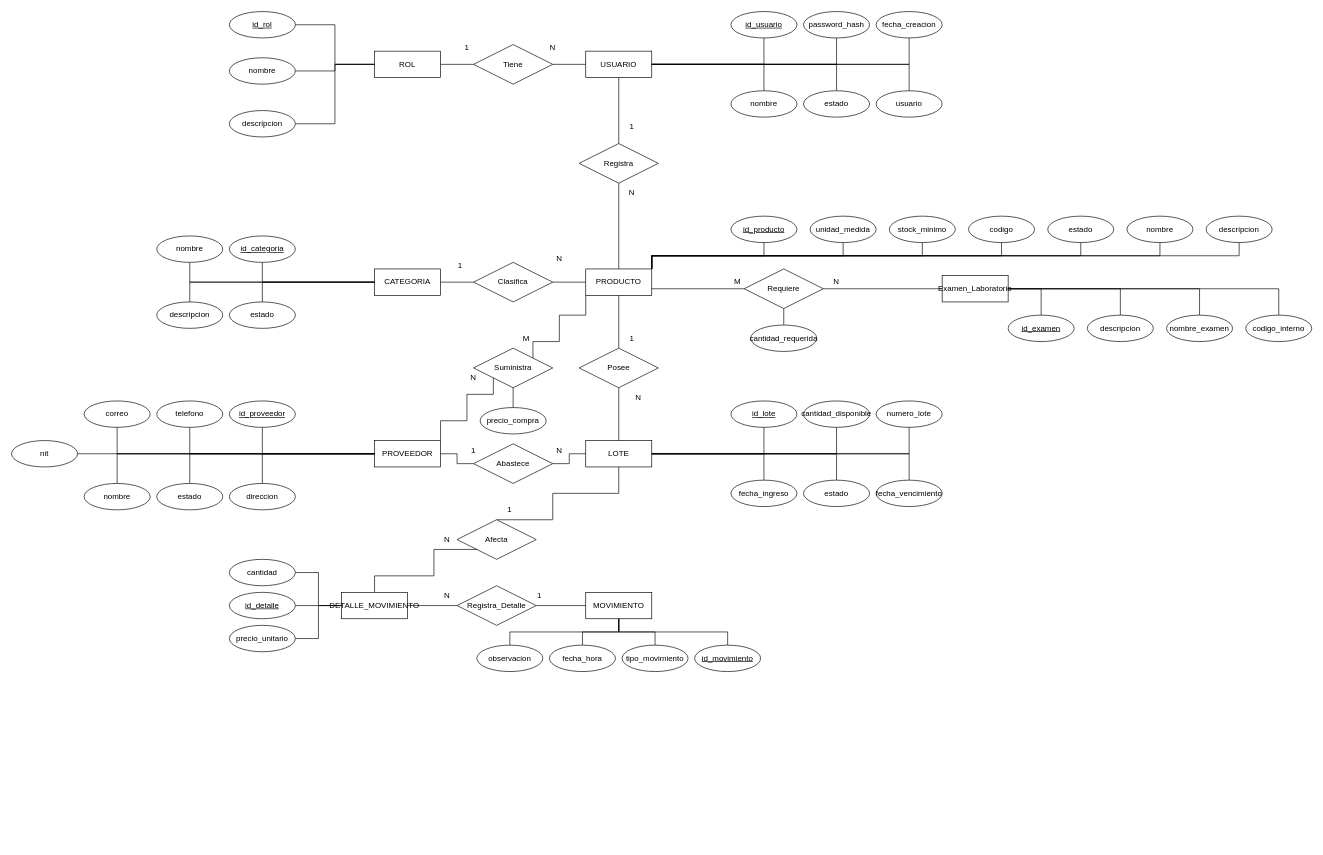
Criss-paz/sistema-inventario-laboratorio keeps this draw.io diagram as docs/diagramas/DIAGRAMA-ER-LAB.drawio. Above is the earlier version. Source tidied: cells renumbered, new cells numbered last; positions are measured from the earlier drawing's top-left corner, leaving out a move shared by most shapes. Both pictures are drawn from the tidied source at 66%, with x=0, y=0 at pixel (11, 11).
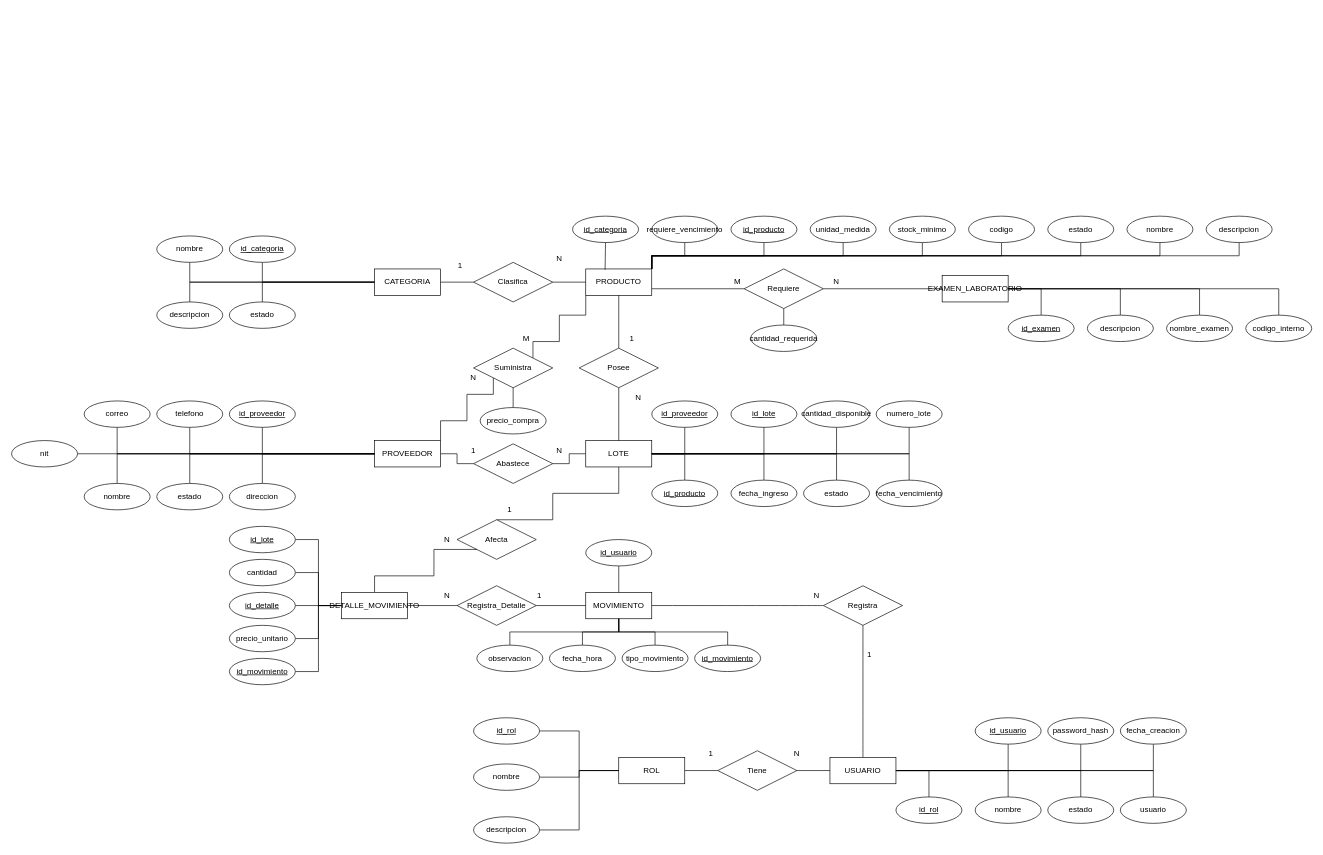
The same page after the edit.

Commit message (it also covers changes not shown here):
fix(docs): corrige el diagrama ER y lo re-exporta a PNG y PDF

La relacion Registra conectaba USUARIO con PRODUCTO, pero la FK real del
DDL es movimiento.id_usuario: ahora es USUARIO (1) - Registra - (N)
MOVIMIENTO. Se agrego el atributo requiere_vencimiento a PRODUCTO, se
completaron las 7 FK del DDL como atributos de forma consistente, se
renombro Examen_Laboratorio a EXAMEN_LABORATORIO y se elimino una arista
sin anclar en id_categoria. PNG y PDF regenerados desde el .drawio.

The change refers to these unchanged cells:
```xml
<mxCell id="7" value="PRODUCTO" style="whiteSpace=wrap;html=1;align=center;" parent="1" vertex="1">
  <mxGeometry x="870" y="390" width="100" height="40" as="geometry" />
</mxCell>
<mxCell id="12" value="LOTE" style="whiteSpace=wrap;html=1;align=center;" parent="1" vertex="1">
  <mxGeometry x="870" y="650" width="100" height="40" as="geometry" />
</mxCell>
<mxCell id="13" value="MOVIMIENTO" style="whiteSpace=wrap;html=1;align=center;" parent="1" vertex="1">
  <mxGeometry x="870" y="880" width="100" height="40" as="geometry" />
</mxCell>
<mxCell id="138" value="DETALLE_MOVIMIENTO" style="whiteSpace=wrap;html=1;align=center;" parent="1" vertex="1">
  <mxGeometry x="500" y="880" width="100" height="40" as="geometry" />
</mxCell>
```

Change to the diagram source:
```diff
@@
     <mxCell id="3" value="ROL" style="whiteSpace=wrap;html=1;align=center;" parent="1" vertex="1">
-      <mxGeometry x="550" y="60" width="100" height="40" as="geometry" />
+      <mxGeometry x="920" y="1130" width="100" height="40" as="geometry" />
     </mxCell>
+    <mxCell id="148" style="edgeStyle=none;curved=1;rounded=0;jettySize=auto;html=1;exitX=0.5;exitY=0;exitDx=0;exitDy=0;entryX=0.5;entryY=1;entryDx=0;entryDy=0;fontSize=12;startSize=8;endSize=8;endArrow=none;endFill=0;" parent="1" edge="1" source="4" target="107">
+      <mxGeometry relative="1" as="geometry" />
+    </mxCell>
     <mxCell id="4" value="USUARIO" style="whiteSpace=wrap;html=1;align=center;" parent="1" vertex="1">
-      <mxGeometry x="870" y="60" width="100" height="40" as="geometry" />
+      <mxGeometry x="1240" y="1130" width="100" height="40" as="geometry" />
     </mxCell>
@@
-    <mxCell id="14" value="Examen_Laboratorio" style="whiteSpace=wrap;html=1;align=center;" parent="1" vertex="1">
+    <mxCell id="14" value="EXAMEN_LABORATORIO" style="whiteSpace=wrap;html=1;align=center;" parent="1" vertex="1">
       <mxGeometry x="1410" y="400" width="100" height="40" as="geometry" />
     </mxCell>
@@
     <mxCell id="16" value="id_rol" style="ellipse;whiteSpace=wrap;html=1;align=center;fontStyle=4;" parent="1" vertex="1">
-      <mxGeometry x="330" width="100" height="40" as="geometry" />
+      <mxGeometry x="700" y="1070" width="100" height="40" as="geometry" />
     </mxCell>
@@
     <mxCell id="18" value="nombre" style="ellipse;whiteSpace=wrap;html=1;align=center;" parent="1" vertex="1">
-      <mxGeometry x="330" y="70" width="100" height="40" as="geometry" />
+      <mxGeometry x="700" y="1140" width="100" height="40" as="geometry" />
     </mxCell>
@@
     <mxCell id="20" value="descripcion" style="ellipse;whiteSpace=wrap;html=1;align=center;" parent="1" vertex="1">
-      <mxGeometry x="330" y="150" width="100" height="40" as="geometry" />
+      <mxGeometry x="700" y="1220" width="100" height="40" as="geometry" />
     </mxCell>
@@
     <mxCell id="22" value="id_usuario" style="ellipse;whiteSpace=wrap;html=1;align=center;fontStyle=4;" parent="1" vertex="1">
-      <mxGeometry x="1090" width="100" height="40" as="geometry" />
+      <mxGeometry x="1460" y="1070" width="100" height="40" as="geometry" />
     </mxCell>
@@
     <mxCell id="24" value="nombre" style="ellipse;whiteSpace=wrap;html=1;align=center;" parent="1" vertex="1">
-      <mxGeometry x="1090" y="120" width="100" height="40" as="geometry" />
+      <mxGeometry x="1460" y="1190" width="100" height="40" as="geometry" />
     </mxCell>
@@
     <mxCell id="26" value="usuario" style="ellipse;whiteSpace=wrap;html=1;align=center;" parent="1" vertex="1">
-      <mxGeometry x="1310" y="120" width="100" height="40" as="geometry" />
+      <mxGeometry x="1680" y="1190" width="100" height="40" as="geometry" />
     </mxCell>
@@
     <mxCell id="28" value="password_hash" style="ellipse;whiteSpace=wrap;html=1;align=center;" parent="1" vertex="1">
-      <mxGeometry x="1200" width="100" height="40" as="geometry" />
+      <mxGeometry x="1570" y="1070" width="100" height="40" as="geometry" />
     </mxCell>
@@
     <mxCell id="30" value="estado" style="ellipse;whiteSpace=wrap;html=1;align=center;" parent="1" vertex="1">
-      <mxGeometry x="1200" y="120" width="100" height="40" as="geometry" />
+      <mxGeometry x="1570" y="1190" width="100" height="40" as="geometry" />
     </mxCell>
@@
     <mxCell id="32" value="fecha_creacion" style="ellipse;whiteSpace=wrap;html=1;align=center;" parent="1" vertex="1">
-      <mxGeometry x="1310" width="100" height="40" as="geometry" />
+      <mxGeometry x="1680" y="1070" width="100" height="40" as="geometry" />
     </mxCell>
@@
     <mxCell id="98" value="Tiene" style="shape=rhombus;perimeter=rhombusPerimeter;whiteSpace=wrap;html=1;align=center;" parent="1" vertex="1">
-      <mxGeometry x="700" y="50" width="120" height="60" as="geometry" />
+      <mxGeometry x="1070" y="1120" width="120" height="60" as="geometry" />
     </mxCell>
     <mxCell id="99" value="1" style="text;html=1;whiteSpace=wrap;strokeColor=none;fillColor=none;align=center;verticalAlign=middle;rounded=0;" parent="1" vertex="1">
-      <mxGeometry x="660" y="40" width="60" height="30" as="geometry" />
+      <mxGeometry x="1030" y="1110" width="60" height="30" as="geometry" />
     </mxCell>
     <mxCell id="100" value="N" style="text;html=1;whiteSpace=wrap;strokeColor=none;fillColor=none;align=center;verticalAlign=middle;rounded=0;" parent="1" vertex="1">
-      <mxGeometry x="790" y="40" width="60" height="30" as="geometry" />
+      <mxGeometry x="1160" y="1110" width="60" height="30" as="geometry" />
     </mxCell>
@@
-    <mxCell id="105" style="edgeStyle=orthogonalEdgeStyle;rounded=0;jettySize=auto;html=1;exitX=0.5;exitY=0;exitDx=0;exitDy=0;entryX=0.5;entryY=1;entryDx=0;entryDy=0;endArrow=none;endFill=0;" parent="1" edge="1" source="107" target="4">
-      <mxGeometry relative="1" as="geometry" />
-    </mxCell>
-    <mxCell id="106" style="edgeStyle=orthogonalEdgeStyle;rounded=0;jettySize=auto;html=1;exitX=0.5;exitY=1;exitDx=0;exitDy=0;entryX=0.5;entryY=0;entryDx=0;entryDy=0;endArrow=none;endFill=0;" parent="1" edge="1" source="107" target="7">
-      <mxGeometry relative="1" as="geometry" />
-    </mxCell>
+    <mxCell id="149" style="edgeStyle=none;curved=1;rounded=0;jettySize=auto;html=1;exitX=0;exitY=0.5;exitDx=0;exitDy=0;entryX=1;entryY=0.5;entryDx=0;entryDy=0;fontSize=12;startSize=8;endSize=8;endArrow=none;endFill=0;" parent="1" edge="1" source="107" target="13">
+      <mxGeometry relative="1" as="geometry" />
+    </mxCell>
     <mxCell id="107" value="Registra" style="shape=rhombus;perimeter=rhombusPerimeter;whiteSpace=wrap;html=1;align=center;" parent="1" vertex="1">
-      <mxGeometry x="860" y="200" width="120" height="60" as="geometry" />
+      <mxGeometry x="1230" y="870" width="120" height="60" as="geometry" />
     </mxCell>
     <mxCell id="108" value="1" style="text;html=1;whiteSpace=wrap;strokeColor=none;fillColor=none;align=center;verticalAlign=middle;rounded=0;" parent="1" vertex="1">
-      <mxGeometry x="910" y="160" width="60" height="30" as="geometry" />
+      <mxGeometry x="1270" y="960" width="60" height="30" as="geometry" />
     </mxCell>
-    <mxCell id="109" value="N" style="text;html=1;whiteSpace=wrap;strokeColor=none;fillColor=none;align=center;verticalAlign=middle;rounded=0;" parent="1" vertex="1">
-      <mxGeometry x="910" y="260" width="60" height="30" as="geometry" />
-    </mxCell>
@@
+    <mxCell id="109" value="N" style="text;html=1;whiteSpace=wrap;strokeColor=none;fillColor=none;align=center;verticalAlign=middle;rounded=0;" parent="1" vertex="1">
+      <mxGeometry x="1190" y="870" width="60" height="30" as="geometry" />
+    </mxCell>
+    <mxCell id="150" style="edgeStyle=none;curved=1;rounded=0;jettySize=auto;html=1;exitX=0.5;exitY=1;exitDx=0;exitDy=0;entryX=0.5;entryY=0;entryDx=0;entryDy=0;fontSize=12;startSize=8;endSize=8;endArrow=none;endFill=0;" parent="1" edge="1" source="151" target="13">
+      <mxGeometry relative="1" as="geometry" />
+    </mxCell>
+    <mxCell id="151" value="id_usuario" style="ellipse;whiteSpace=wrap;html=1;align=center;fontStyle=20;" parent="1" vertex="1">
+      <mxGeometry x="870" y="800" width="100" height="40" as="geometry" />
+    </mxCell>
+    <mxCell id="152" style="edgeStyle=orthogonalEdgeStyle;rounded=0;jettySize=auto;html=1;exitX=0.5;exitY=1;exitDx=0;exitDy=0;fontSize=12;startSize=8;endSize=8;endArrow=none;endFill=0;entryX=1;entryY=0;entryDx=0;entryDy=0;" parent="1" edge="1" source="153" target="7">
+      <mxGeometry relative="1" as="geometry" />
+    </mxCell>
+    <mxCell id="153" value="requiere_vencimiento" style="ellipse;whiteSpace=wrap;html=1;align=center;" parent="1" vertex="1">
+      <mxGeometry x="970" y="310" width="100" height="40" as="geometry" />
+    </mxCell>
+    <mxCell id="154" value="id_categoria" style="ellipse;whiteSpace=wrap;html=1;align=center;fontStyle=20;" parent="1" vertex="1">
+      <mxGeometry x="850" y="310" width="100" height="40" as="geometry" />
+    </mxCell>
+    <mxCell id="155" style="edgeStyle=none;curved=1;rounded=0;jettySize=auto;html=1;exitX=0.5;exitY=1;exitDx=0;exitDy=0;fontSize=12;startSize=8;endSize=8;endArrow=none;endFill=0;entryX=0.293;entryY=0.025;entryDx=0;entryDy=0;entryPerimeter=0;" parent="1" edge="1" source="154" target="7">
+      <mxGeometry relative="1" as="geometry" />
+    </mxCell>
+    <mxCell id="156" style="edgeStyle=orthogonalEdgeStyle;rounded=0;jettySize=auto;html=1;exitX=0.5;exitY=0;exitDx=0;exitDy=0;fontSize=12;startSize=8;endSize=8;endArrow=none;endFill=0;entryX=1;entryY=0.5;entryDx=0;entryDy=0;" parent="1" edge="1" source="157" target="4">
+      <mxGeometry relative="1" as="geometry" />
+    </mxCell>
+    <mxCell id="157" value="id_rol" style="ellipse;whiteSpace=wrap;html=1;align=center;fontStyle=20;" parent="1" vertex="1">
+      <mxGeometry x="1340" y="1190" width="100" height="40" as="geometry" />
+    </mxCell>
+    <mxCell id="158" style="edgeStyle=orthogonalEdgeStyle;rounded=0;jettySize=auto;html=1;exitX=0.5;exitY=0;exitDx=0;exitDy=0;entryX=1;entryY=0.5;entryDx=0;entryDy=0;fontSize=12;startSize=8;endSize=8;endArrow=none;endFill=0;" parent="1" edge="1" source="159" target="12">
+      <mxGeometry relative="1" as="geometry" />
+    </mxCell>
+    <mxCell id="159" value="id_producto" style="ellipse;whiteSpace=wrap;html=1;align=center;fontStyle=20;" parent="1" vertex="1">
+      <mxGeometry x="970" y="710" width="100" height="40" as="geometry" />
+    </mxCell>
+    <mxCell id="160" style="edgeStyle=orthogonalEdgeStyle;rounded=0;jettySize=auto;html=1;exitX=0.5;exitY=1;exitDx=0;exitDy=0;entryX=1;entryY=0.5;entryDx=0;entryDy=0;fontSize=12;startSize=8;endSize=8;endArrow=none;endFill=0;" parent="1" edge="1" source="161" target="12">
+      <mxGeometry relative="1" as="geometry" />
+    </mxCell>
+    <mxCell id="161" value="id_proveedor" style="ellipse;whiteSpace=wrap;html=1;align=center;fontStyle=20;" parent="1" vertex="1">
+      <mxGeometry x="970" y="590" width="100" height="40" as="geometry" />
+    </mxCell>
+    <mxCell id="162" style="edgeStyle=orthogonalEdgeStyle;rounded=0;jettySize=auto;html=1;exitX=1;exitY=0.5;exitDx=0;exitDy=0;entryX=0;entryY=0.5;entryDx=0;entryDy=0;fontSize=12;startSize=8;endSize=8;endArrow=none;endFill=0;" parent="1" edge="1" source="163" target="138">
+      <mxGeometry relative="1" as="geometry" />
+    </mxCell>
+    <mxCell id="163" value="id_movimiento" style="ellipse;whiteSpace=wrap;html=1;align=center;fontStyle=20;" parent="1" vertex="1">
+      <mxGeometry x="330" y="980" width="100" height="40" as="geometry" />
+    </mxCell>
+    <mxCell id="164" style="edgeStyle=orthogonalEdgeStyle;rounded=0;jettySize=auto;html=1;exitX=1;exitY=0.5;exitDx=0;exitDy=0;entryX=0;entryY=0.5;entryDx=0;entryDy=0;fontSize=12;startSize=8;endSize=8;endArrow=none;endFill=0;" parent="1" edge="1" source="165" target="138">
+      <mxGeometry relative="1" as="geometry" />
+    </mxCell>
+    <mxCell id="165" value="id_lote" style="ellipse;whiteSpace=wrap;html=1;align=center;fontStyle=20;" parent="1" vertex="1">
+      <mxGeometry x="330" y="780" width="100" height="40" as="geometry" />
+    </mxCell>
```
